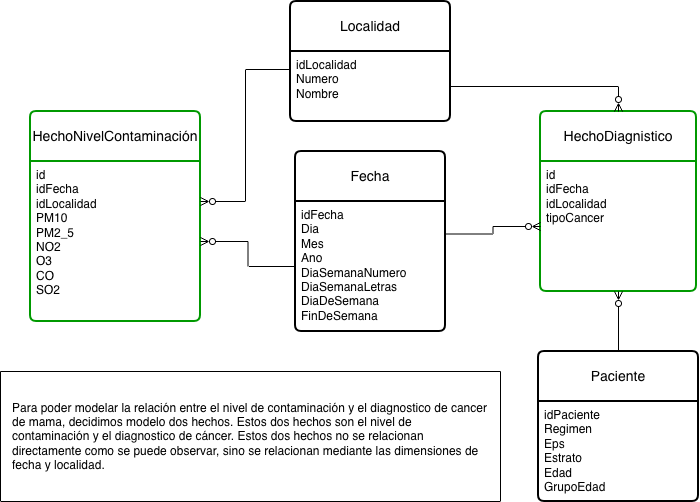
CamiloC21/DiagramasIN keeps this draw.io diagram as Proyecto2PrimerModelo.drawio.png. Above is the earlier version. Source tidied: cells renumbered, new cells last; positions are measured from the earlier drawing's top-left corner, leaving out a move shared by most shapes.
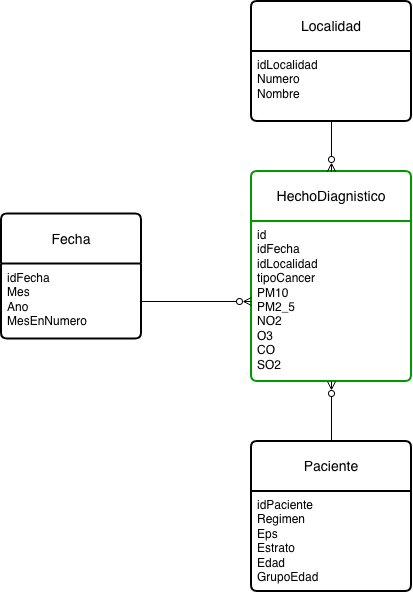
Above is the later version.

What changed in the source:
```diff
@@ -3,57 +3,37 @@
     <mxCell id="0" />
     <mxCell id="1" parent="0" />
     <mxCell id="2" value="Fecha" style="swimlane;horizontal=1;startSize=50;rounded=1;fontSize=14;fontStyle=0;strokeWidth=2;shadow=0;dashed=0;align=center;arcSize=4;whiteSpace=wrap;html=1;" parent="1" vertex="1">
-      <mxGeometry x="295" y="150" width="150" height="180" as="geometry" />
+      <mxGeometry x="60" y="212.5" width="140" height="125" as="geometry" />
     </mxCell>
-    <mxCell id="3" value="idFecha&lt;div&gt;Dia&lt;/div&gt;&lt;div&gt;Mes&lt;/div&gt;&lt;div&gt;Ano&lt;/div&gt;&lt;div&gt;DiaSemanaNumero&lt;/div&gt;&lt;div&gt;DiaSemanaLetras&lt;/div&gt;&lt;div&gt;DiaDeSemana&lt;/div&gt;&lt;div&gt;FinDeSemana&lt;/div&gt;" style="align=left;strokeColor=none;fillColor=none;spacingLeft=4;spacingRight=4;fontSize=12;verticalAlign=top;html=1;whiteSpace=wrap;" parent="2" vertex="1">
-      <mxGeometry y="50" width="150" height="130" as="geometry" />
+    <mxCell id="3" value="idFecha&lt;div&gt;Mes&lt;/div&gt;&lt;div&gt;Ano&lt;/div&gt;&lt;div&gt;MesEnNumero&lt;/div&gt;&lt;div&gt;&lt;br&gt;&lt;/div&gt;" style="align=left;strokeColor=none;fillColor=none;spacingLeft=4;spacingRight=4;fontSize=12;verticalAlign=top;html=1;whiteSpace=wrap;" parent="2" vertex="1">
+      <mxGeometry y="50" width="140" height="75" as="geometry" />
     </mxCell>
     <mxCell id="4" value="Localidad" style="swimlane;horizontal=1;startSize=50;rounded=1;fontSize=14;fontStyle=0;strokeWidth=2;shadow=0;dashed=0;align=center;arcSize=4;whiteSpace=wrap;html=1;" parent="1" vertex="1">
-      <mxGeometry x="290" width="160" height="120" as="geometry" />
+      <mxGeometry x="310" width="160" height="120" as="geometry" />
     </mxCell>
     <mxCell id="5" value="idLocalidad&lt;div&gt;Numero&lt;/div&gt;&lt;div&gt;Nombre&lt;/div&gt;" style="align=left;strokeColor=none;fillColor=none;spacingLeft=4;spacingRight=4;fontSize=12;verticalAlign=top;html=1;whiteSpace=wrap;" parent="4" vertex="1">
       <mxGeometry y="50" width="160" height="70" as="geometry" />
     </mxCell>
     <mxCell id="6" value="HechoDiagnistico" style="swimlane;horizontal=1;startSize=50;rounded=1;fontSize=14;fontStyle=0;strokeWidth=2;shadow=0;dashed=0;align=center;arcSize=4;whiteSpace=wrap;html=1;strokeColor=#009900;" parent="1" vertex="1">
-      <mxGeometry x="540" y="110" width="156" height="180" as="geometry" />
+      <mxGeometry x="310" y="170" width="160" height="210" as="geometry" />
     </mxCell>
-    <mxCell id="7" value="id&lt;div&gt;&lt;div&gt;idFecha&lt;/div&gt;&lt;div&gt;idLocalidad&lt;/div&gt;&lt;div&gt;tipoCancer&lt;/div&gt;&lt;div&gt;&lt;br&gt;&lt;/div&gt;&lt;/div&gt;" style="align=left;strokeColor=none;fillColor=none;spacingLeft=4;spacingRight=4;fontSize=12;verticalAlign=top;html=1;whiteSpace=wrap;" parent="6" vertex="1">
-      <mxGeometry y="50" width="156" height="130" as="geometry" />
+    <mxCell id="7" value="id&lt;div&gt;&lt;div&gt;idFecha&lt;/div&gt;&lt;div&gt;idLocalidad&lt;/div&gt;&lt;div&gt;tipoCancer&lt;/div&gt;&lt;div&gt;&lt;div&gt;PM10&lt;/div&gt;&lt;div&gt;PM2_5&lt;/div&gt;&lt;div&gt;NO2&lt;/div&gt;&lt;div&gt;O3&lt;/div&gt;&lt;div&gt;CO&lt;/div&gt;&lt;div&gt;SO2&lt;/div&gt;&lt;/div&gt;&lt;div&gt;&lt;br&gt;&lt;/div&gt;&lt;/div&gt;" style="align=left;strokeColor=none;fillColor=none;spacingLeft=4;spacingRight=4;fontSize=12;verticalAlign=top;html=1;whiteSpace=wrap;" parent="6" vertex="1">
+      <mxGeometry y="50" width="160" height="160" as="geometry" />
     </mxCell>
     <mxCell id="8" style="edgeStyle=orthogonalEdgeStyle;rounded=0;jettySize=auto;html=1;entryX=0.5;entryY=1;entryDx=0;entryDy=0;endArrow=ERzeroToMany;endFill=0;" parent="1" edge="1" source="9" target="7">
       <mxGeometry relative="1" as="geometry" />
     </mxCell>
     <mxCell id="9" value="Paciente" style="swimlane;horizontal=1;startSize=50;rounded=1;fontSize=14;fontStyle=0;strokeWidth=2;shadow=0;dashed=0;align=center;arcSize=4;whiteSpace=wrap;html=1;" parent="1" vertex="1">
-      <mxGeometry x="538" y="350" width="160" height="150" as="geometry" />
+      <mxGeometry x="310" y="440" width="160" height="150" as="geometry" />
     </mxCell>
     <mxCell id="10" value="idPaciente&lt;div&gt;Regimen&lt;/div&gt;&lt;div&gt;Eps&lt;/div&gt;&lt;div&gt;Estrato&lt;/div&gt;&lt;div&gt;Edad&lt;/div&gt;&lt;div&gt;GrupoEdad&lt;/div&gt;" style="align=left;strokeColor=none;fillColor=none;spacingLeft=4;spacingRight=4;fontSize=12;verticalAlign=top;html=1;whiteSpace=wrap;" parent="9" vertex="1">
       <mxGeometry y="50" width="160" height="100" as="geometry" />
     </mxCell>
-    <mxCell id="11" value="HechoNivelContaminación" style="swimlane;horizontal=1;startSize=50;rounded=1;fontSize=14;fontStyle=0;strokeWidth=2;shadow=0;dashed=0;align=center;arcSize=4;whiteSpace=wrap;html=1;strokeColor=#009900;" parent="1" vertex="1">
-      <mxGeometry x="30" y="110" width="170" height="210" as="geometry" />
-    </mxCell>
-    <mxCell id="12" value="id&lt;div&gt;idFecha&lt;/div&gt;&lt;div&gt;idLocalidad&lt;br&gt;&lt;div&gt;&lt;div&gt;PM10&lt;/div&gt;&lt;div&gt;PM2_5&lt;/div&gt;&lt;div&gt;NO2&lt;/div&gt;&lt;div&gt;O3&lt;/div&gt;&lt;div&gt;CO&lt;/div&gt;&lt;div&gt;SO2&lt;/div&gt;&lt;/div&gt;&lt;/div&gt;" style="align=left;strokeColor=none;fillColor=none;spacingLeft=4;spacingRight=4;fontSize=12;verticalAlign=top;html=1;whiteSpace=wrap;" parent="11" vertex="1">
-      <mxGeometry y="50" width="170" height="160" as="geometry" />
-    </mxCell>
     <mxCell id="13" style="edgeStyle=orthogonalEdgeStyle;rounded=0;jettySize=auto;html=1;entryX=0.5;entryY=0;entryDx=0;entryDy=0;endArrow=ERzeroToMany;endFill=0;" parent="1" edge="1" source="5" target="6">
       <mxGeometry relative="1" as="geometry" />
     </mxCell>
-    <mxCell id="14" style="edgeStyle=orthogonalEdgeStyle;rounded=0;jettySize=auto;html=1;entryX=1;entryY=0.25;entryDx=0;entryDy=0;endArrow=ERzeroToMany;endFill=0;" parent="1" edge="1" target="12">
-      <mxGeometry relative="1" as="geometry">
-        <mxPoint x="290" y="68" as="sourcePoint" />
-      </mxGeometry>
-    </mxCell>
-    <mxCell id="15" style="edgeStyle=orthogonalEdgeStyle;rounded=0;jettySize=auto;html=1;entryX=1;entryY=0.5;entryDx=0;entryDy=0;endArrow=ERzeroToMany;endFill=0;" parent="1" edge="1" source="3" target="12">
-      <mxGeometry relative="1" as="geometry" />
-    </mxCell>
-    <mxCell id="16" style="edgeStyle=orthogonalEdgeStyle;rounded=0;jettySize=auto;html=1;exitX=1;exitY=0.25;exitDx=0;exitDy=0;entryX=0;entryY=0.5;entryDx=0;entryDy=0;endArrow=ERzeroToMany;endFill=0;" parent="1" edge="1" source="3" target="7">
+    <mxCell id="16" style="edgeStyle=orthogonalEdgeStyle;rounded=0;jettySize=auto;html=1;entryX=0;entryY=0.5;entryDx=0;entryDy=0;endArrow=ERzeroToMany;endFill=0;" parent="1" edge="1" source="3" target="7">
       <mxGeometry relative="1" as="geometry" />
     </mxCell>
-    <mxCell id="17" style="swimlane;startSize=0;" parent="1" vertex="1">
-      <mxGeometry y="370" width="500" height="130" as="geometry" />
-    </mxCell>
-    <mxCell id="18" value="Para poder modelar la relación entre el nivel de contaminación y el diagnostico de cancer de mama, decidimos modelo dos hechos. Estos dos hechos son el nivel de contaminación y el diagnostico de cáncer. Estos dos hechos no se relacionan directamente como se puede observar, sino se relacionan mediante las dimensiones de fecha y localidad." style="text;html=1;whiteSpace=wrap;strokeColor=none;fillColor=none;align=left;verticalAlign=middle;rounded=0;" parent="17" vertex="1">
-      <mxGeometry x="10" y="10" width="480" height="110" as="geometry" />
-    </mxCell>
   </root>
 </mxGraphModel>
```
